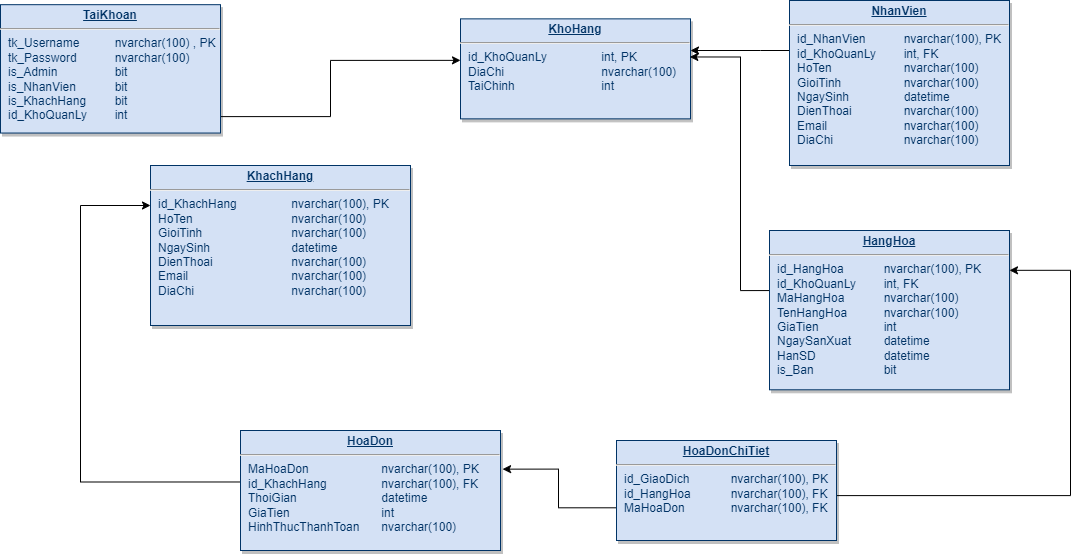
Before: tables.drawio.png, a diagram exported from draw.io (dhuyvp/QuanLyBanHang). Source tidied: cells renumbered, new cells last; positions are measured from the earlier drawing's top-left corner, leaving out a move shared by most shapes.
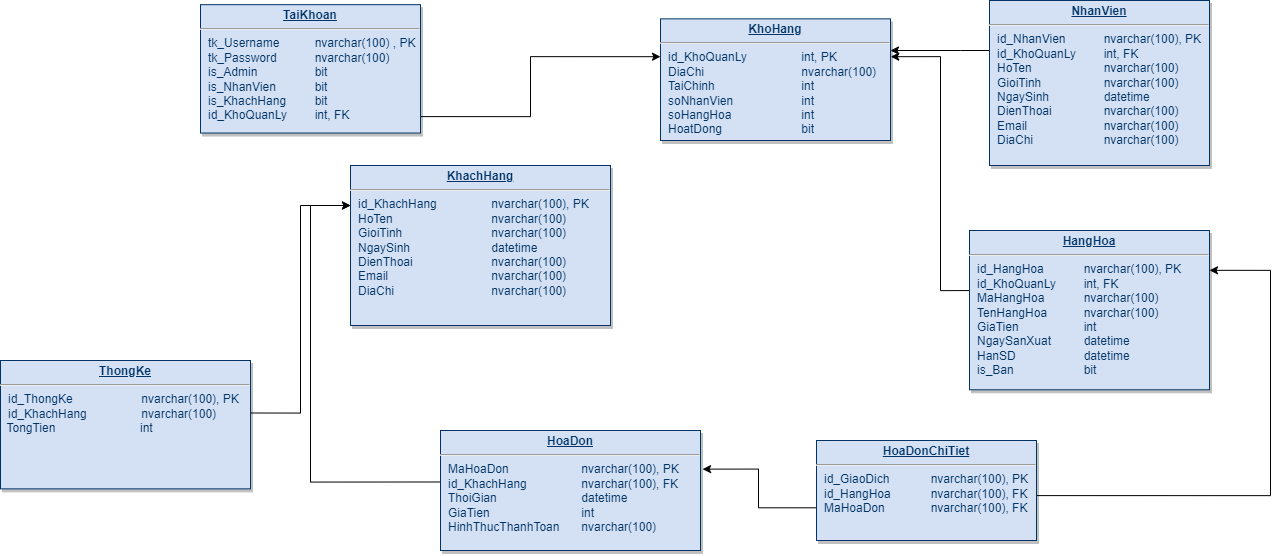
Above is the later version.

Diff of the diagram source:
```diff
@@ -8,8 +8,8 @@
     <mxCell id="3" style="edgeStyle=orthogonalEdgeStyle;rounded=0;jettySize=auto;html=1;entryX=0;entryY=0.25;entryDx=0;entryDy=0;exitX=0.006;exitY=0.429;exitDx=0;exitDy=0;exitPerimeter=0;" parent="1" edge="1" source="6" target="2">
       <mxGeometry relative="1" as="geometry">
         <Array as="points">
-          <mxPoint x="80" y="482" />
-          <mxPoint x="80" y="205" />
+          <mxPoint x="110" y="482" />
+          <mxPoint x="110" y="205" />
         </Array>
       </mxGeometry>
     </mxCell>
@@ -27,25 +27,25 @@
     <mxCell id="6" value="&lt;p style=&quot;margin: 4px 0px 0px; text-align: center;&quot;&gt;&lt;b&gt;&lt;u&gt;HoaDon&lt;/u&gt;&lt;/b&gt;&lt;/p&gt;&lt;hr&gt;&lt;p style=&quot;margin: 0px; margin-left: 8px;&quot;&gt;MaHoaDon &lt;span style=&quot;white-space: pre;&quot;&gt;&#9;&lt;/span&gt;&lt;span style=&quot;white-space: pre;&quot;&gt;&#9;&lt;/span&gt;&lt;span style=&quot;white-space: pre;&quot;&gt;&#9;&lt;/span&gt;nvarchar(100), PK&lt;/p&gt;&lt;p style=&quot;border-color: var(--border-color); margin: 0px 0px 0px 8px;&quot;&gt;id_KhachHang&lt;span style=&quot;border-color: var(--border-color);&quot;&gt;&#9;&lt;/span&gt;&lt;span style=&quot;border-color: var(--border-color);&quot;&gt;&#9;&lt;/span&gt;&amp;nbsp;&lt;span style=&quot;&quot;&gt;&#9;&lt;span style=&quot;white-space: pre;&quot;&gt;&#9;&lt;/span&gt;&lt;span style=&quot;white-space: pre;&quot;&gt;&#9;&lt;/span&gt;&lt;/span&gt;&lt;span style=&quot;border-color: var(--border-color);&quot;&gt;&lt;/span&gt;&lt;span style=&quot;border-color: var(--border-color);&quot;&gt;&lt;/span&gt;nvarchar(100), FK&amp;nbsp;&lt;/p&gt;&lt;p style=&quot;border-color: var(--border-color); margin: 0px 0px 0px 8px;&quot;&gt;&lt;span style=&quot;border-color: var(--border-color);&quot;&gt;&lt;/span&gt;ThoiGian&amp;nbsp;&lt;span style=&quot;border-color: var(--border-color);&quot;&gt;&#9;&lt;/span&gt;&lt;span style=&quot;border-color: var(--border-color);&quot;&gt;&#9;&lt;/span&gt;&lt;span style=&quot;border-color: var(--border-color);&quot;&gt;&#9;&lt;/span&gt;&lt;span style=&quot;border-color: var(--border-color);&quot;&gt;&amp;nbsp;&lt;span style=&quot;&quot;&gt;&#9;&lt;span style=&quot;white-space: pre;&quot;&gt;&#9;&lt;/span&gt;&lt;span style=&quot;white-space: pre;&quot;&gt;&#9;&lt;/span&gt;&lt;span style=&quot;white-space: pre;&quot;&gt;&#9;&lt;/span&gt;&lt;/span&gt;&lt;/span&gt;datetime&amp;nbsp;&lt;/p&gt;&lt;p style=&quot;margin: 0px; margin-left: 8px;&quot;&gt;&lt;span style=&quot;&quot;&gt;&#9;&lt;/span&gt;GiaTien&lt;span style=&quot;&quot;&gt;&#9;&lt;span style=&quot;white-space: pre;&quot;&gt;&#9;&lt;/span&gt;&lt;span style=&quot;white-space: pre;&quot;&gt;&#9;&lt;/span&gt;&lt;span style=&quot;white-space: pre;&quot;&gt;&#9;&lt;/span&gt;&lt;span style=&quot;white-space: pre;&quot;&gt;&#9;&lt;/span&gt;i&lt;/span&gt;nt&amp;nbsp;&lt;/p&gt;&lt;p style=&quot;border-color: var(--border-color); margin: 0px 0px 0px 8px;&quot;&gt;HinhThucThanhToan&amp;nbsp;&#9;&lt;span style=&quot;border-color: var(--border-color);&quot;&gt;&amp;nbsp;&lt;span style=&quot;white-space: pre;&quot;&gt;&#9;&lt;/span&gt;&lt;/span&gt;nvarchar(100)&amp;nbsp;&lt;/p&gt;&lt;div&gt;&lt;br&gt;&lt;/div&gt;" style="verticalAlign=top;align=left;overflow=fill;fontSize=12;fontFamily=Helvetica;html=1;strokeColor=#003366;shadow=1;fillColor=#D4E1F5;fontColor=#003366;" parent="1" vertex="1">
       <mxGeometry x="240" y="430" width="260" height="120" as="geometry" />
     </mxCell>
-    <mxCell id="7" value="&lt;p style=&quot;margin: 4px 0px 0px; text-align: center;&quot;&gt;&lt;b&gt;&lt;u&gt;KhoHang&lt;/u&gt;&lt;/b&gt;&lt;br&gt;&lt;/p&gt;&lt;hr&gt;&lt;p style=&quot;margin: 0px; margin-left: 8px;&quot;&gt;id_KhoQuanLy &lt;span style=&quot;white-space: pre;&quot;&gt;&#9;&lt;/span&gt;&lt;span style=&quot;white-space: pre;&quot;&gt;&#9;&lt;/span&gt;int, PK&lt;/p&gt;&lt;p style=&quot;margin: 0px; margin-left: 8px;&quot;&gt;&#9;DiaChi &lt;span style=&quot;white-space: pre;&quot;&gt;&#9;&lt;/span&gt;&lt;span style=&quot;white-space: pre;&quot;&gt;&#9;&lt;/span&gt;&lt;span style=&quot;white-space: pre;&quot;&gt;&#9;&lt;/span&gt;&lt;span style=&quot;white-space: pre;&quot;&gt;&#9;&lt;/span&gt;nvarchar(100)&amp;nbsp;&lt;/p&gt;&lt;p style=&quot;margin: 0px; margin-left: 8px;&quot;&gt;&lt;span style=&quot;&quot;&gt;&#9;&lt;/span&gt;TaiChinh &lt;span style=&quot;white-space: pre;&quot;&gt;&#9;&lt;/span&gt;&lt;span style=&quot;white-space: pre;&quot;&gt;&#9;&lt;/span&gt;&lt;span style=&quot;white-space: pre;&quot;&gt;&#9;&lt;/span&gt;&lt;span style=&quot;white-space: pre;&quot;&gt;&#9;&lt;/span&gt;int&amp;nbsp;&lt;/p&gt;" style="verticalAlign=top;align=left;overflow=fill;fontSize=12;fontFamily=Helvetica;html=1;strokeColor=#003366;shadow=1;fillColor=#D4E1F5;fontColor=#003366;" parent="1" vertex="1">
-      <mxGeometry x="460" y="18.4" width="230" height="100" as="geometry" />
+    <mxCell id="7" value="&lt;p style=&quot;margin: 4px 0px 0px; text-align: center;&quot;&gt;&lt;b&gt;&lt;u&gt;KhoHang&lt;/u&gt;&lt;/b&gt;&lt;br&gt;&lt;/p&gt;&lt;hr&gt;&lt;p style=&quot;margin: 0px; margin-left: 8px;&quot;&gt;id_KhoQuanLy &lt;span style=&quot;white-space: pre;&quot;&gt;&#9;&lt;/span&gt;&lt;span style=&quot;white-space: pre;&quot;&gt;&#9;&lt;/span&gt;int, PK&lt;/p&gt;&lt;p style=&quot;margin: 0px; margin-left: 8px;&quot;&gt;&#9;DiaChi &lt;span style=&quot;white-space: pre;&quot;&gt;&#9;&lt;/span&gt;&lt;span style=&quot;white-space: pre;&quot;&gt;&#9;&lt;/span&gt;&lt;span style=&quot;white-space: pre;&quot;&gt;&#9;&lt;/span&gt;&lt;span style=&quot;white-space: pre;&quot;&gt;&#9;&lt;/span&gt;nvarchar(100)&amp;nbsp;&lt;/p&gt;&lt;p style=&quot;margin: 0px; margin-left: 8px;&quot;&gt;&lt;span style=&quot;&quot;&gt;&#9;&lt;/span&gt;TaiChinh &lt;span style=&quot;white-space: pre;&quot;&gt;&#9;&lt;/span&gt;&lt;span style=&quot;white-space: pre;&quot;&gt;&#9;&lt;/span&gt;&lt;span style=&quot;white-space: pre;&quot;&gt;&#9;&lt;/span&gt;&lt;span style=&quot;white-space: pre;&quot;&gt;&#9;&lt;/span&gt;int&amp;nbsp;&lt;/p&gt;&lt;p style=&quot;margin: 0px; margin-left: 8px;&quot;&gt;soNhanVien&lt;span style=&quot;white-space: pre;&quot;&gt;&#9;&lt;/span&gt;&lt;span style=&quot;white-space: pre;&quot;&gt;&#9;&lt;/span&gt;&lt;span style=&quot;white-space: pre;&quot;&gt;&#9;&lt;/span&gt;int&lt;/p&gt;&lt;p style=&quot;margin: 0px; margin-left: 8px;&quot;&gt;soHangHoa&amp;nbsp;&lt;span style=&quot;white-space: pre;&quot;&gt;&#9;&lt;/span&gt;&lt;span style=&quot;white-space: pre;&quot;&gt;&#9;&lt;/span&gt;&lt;span style=&quot;white-space: pre;&quot;&gt;&#9;&lt;/span&gt;int&lt;/p&gt;&lt;p style=&quot;margin: 0px; margin-left: 8px;&quot;&gt;HoatDong&lt;span style=&quot;white-space: pre;&quot;&gt;&#9;&lt;/span&gt;&lt;span style=&quot;white-space: pre;&quot;&gt;&#9;&lt;/span&gt;&lt;span style=&quot;white-space: pre;&quot;&gt;&#9;&lt;/span&gt;bit&lt;/p&gt;" style="verticalAlign=top;align=left;overflow=fill;fontSize=12;fontFamily=Helvetica;html=1;strokeColor=#003366;shadow=1;fillColor=#D4E1F5;fontColor=#003366;" parent="1" vertex="1">
+      <mxGeometry x="460" y="18.4" width="230" height="121.6" as="geometry" />
     </mxCell>
-    <mxCell id="8" style="edgeStyle=orthogonalEdgeStyle;rounded=0;jettySize=auto;html=1;entryX=0;entryY=0.415;entryDx=0;entryDy=0;entryPerimeter=0;exitX=1;exitY=0.872;exitDx=0;exitDy=0;exitPerimeter=0;" parent="1" edge="1" source="9" target="7">
+    <mxCell id="8" style="edgeStyle=orthogonalEdgeStyle;rounded=0;jettySize=auto;html=1;entryX=0;entryY=0.311;entryDx=0;entryDy=0;entryPerimeter=0;exitX=1;exitY=0.872;exitDx=0;exitDy=0;exitPerimeter=0;" parent="1" edge="1" source="9" target="7">
       <mxGeometry relative="1" as="geometry">
         <Array as="points">
           <mxPoint x="330" y="116" />
-          <mxPoint x="330" y="60" />
+          <mxPoint x="330" y="56" />
         </Array>
       </mxGeometry>
     </mxCell>
-    <mxCell id="9" value="&lt;p style=&quot;margin: 4px 0px 0px; text-align: center;&quot;&gt;&lt;b&gt;&lt;u&gt;TaiKhoan&lt;/u&gt;&lt;/b&gt;&lt;br&gt;&lt;/p&gt;&lt;hr&gt;&lt;p style=&quot;margin: 0px; margin-left: 8px;&quot;&gt;tk_Username &lt;span style=&quot;white-space: pre;&quot;&gt;&#9;&lt;span style=&quot;white-space: pre;&quot;&gt;&#9;&lt;/span&gt;&lt;/span&gt;nvarchar(100) , PK&lt;/p&gt;&lt;p style=&quot;margin: 0px; margin-left: 8px;&quot;&gt;&#9;tk_Password &lt;span style=&quot;white-space: pre;&quot;&gt;&#9;&lt;/span&gt;&lt;span style=&quot;white-space: pre;&quot;&gt;&#9;&lt;/span&gt;nvarchar(100)&lt;/p&gt;&lt;p style=&quot;margin: 0px; margin-left: 8px;&quot;&gt;&lt;span style=&quot;&quot;&gt;&#9;&lt;/span&gt;is_Admin &lt;span style=&quot;white-space: pre;&quot;&gt;&#9;&lt;/span&gt;&lt;span style=&quot;white-space: pre;&quot;&gt;&#9;&lt;/span&gt;bit&lt;/p&gt;&lt;p style=&quot;margin: 0px; margin-left: 8px;&quot;&gt;&lt;span style=&quot;&quot;&gt;&#9;&lt;/span&gt;is_NhanVien &lt;span style=&quot;white-space: pre;&quot;&gt;&#9;&lt;/span&gt;&lt;span style=&quot;white-space: pre;&quot;&gt;&#9;&lt;/span&gt;bit&lt;/p&gt;&lt;p style=&quot;margin: 0px; margin-left: 8px;&quot;&gt;&lt;span style=&quot;&quot;&gt;&#9;&lt;/span&gt;is_KhachHang&amp;nbsp;&lt;span style=&quot;white-space: pre;&quot;&gt;&#9;&lt;/span&gt;bit&lt;/p&gt;&lt;p style=&quot;margin: 0px; margin-left: 8px;&quot;&gt;id_KhoQuanLy&amp;nbsp;&lt;span style=&quot;white-space: pre;&quot;&gt;&#9;&lt;/span&gt;int&amp;nbsp;&lt;/p&gt;" style="verticalAlign=top;align=left;overflow=fill;fontSize=12;fontFamily=Helvetica;html=1;strokeColor=#003366;shadow=1;fillColor=#D4E1F5;fontColor=#003366;" parent="1" vertex="1">
+    <mxCell id="9" value="&lt;p style=&quot;margin: 4px 0px 0px; text-align: center;&quot;&gt;&lt;b&gt;&lt;u&gt;TaiKhoan&lt;/u&gt;&lt;/b&gt;&lt;br&gt;&lt;/p&gt;&lt;hr&gt;&lt;p style=&quot;margin: 0px; margin-left: 8px;&quot;&gt;tk_Username &lt;span style=&quot;white-space: pre;&quot;&gt;&#9;&lt;span style=&quot;white-space: pre;&quot;&gt;&#9;&lt;/span&gt;&lt;/span&gt;nvarchar(100) , PK&lt;/p&gt;&lt;p style=&quot;margin: 0px; margin-left: 8px;&quot;&gt;&#9;tk_Password &lt;span style=&quot;white-space: pre;&quot;&gt;&#9;&lt;/span&gt;&lt;span style=&quot;white-space: pre;&quot;&gt;&#9;&lt;/span&gt;nvarchar(100)&lt;/p&gt;&lt;p style=&quot;margin: 0px; margin-left: 8px;&quot;&gt;&lt;span style=&quot;&quot;&gt;&#9;&lt;/span&gt;is_Admin &lt;span style=&quot;white-space: pre;&quot;&gt;&#9;&lt;/span&gt;&lt;span style=&quot;white-space: pre;&quot;&gt;&#9;&lt;/span&gt;bit&lt;/p&gt;&lt;p style=&quot;margin: 0px; margin-left: 8px;&quot;&gt;&lt;span style=&quot;&quot;&gt;&#9;&lt;/span&gt;is_NhanVien &lt;span style=&quot;white-space: pre;&quot;&gt;&#9;&lt;/span&gt;&lt;span style=&quot;white-space: pre;&quot;&gt;&#9;&lt;/span&gt;bit&lt;/p&gt;&lt;p style=&quot;margin: 0px; margin-left: 8px;&quot;&gt;&lt;span style=&quot;&quot;&gt;&#9;&lt;/span&gt;is_KhachHang&amp;nbsp;&lt;span style=&quot;white-space: pre;&quot;&gt;&#9;&lt;/span&gt;bit&lt;/p&gt;&lt;p style=&quot;margin: 0px; margin-left: 8px;&quot;&gt;id_KhoQuanLy&amp;nbsp;&lt;span style=&quot;white-space: pre;&quot;&gt;&#9;&lt;/span&gt;int, FK&lt;/p&gt;" style="verticalAlign=top;align=left;overflow=fill;fontSize=12;fontFamily=Helvetica;html=1;strokeColor=#003366;shadow=1;fillColor=#D4E1F5;fontColor=#003366;" parent="1" vertex="1">
       <mxGeometry y="4.2" width="220" height="128.4" as="geometry" />
     </mxCell>
-    <mxCell id="10" style="edgeStyle=orthogonalEdgeStyle;rounded=0;jettySize=auto;html=1;entryX=0.997;entryY=0.381;entryDx=0;entryDy=0;entryPerimeter=0;exitX=0;exitY=0.377;exitDx=0;exitDy=0;exitPerimeter=0;" parent="1" edge="1" source="11" target="7">
+    <mxCell id="10" style="edgeStyle=orthogonalEdgeStyle;rounded=0;jettySize=auto;html=1;entryX=1.001;entryY=0.311;entryDx=0;entryDy=0;entryPerimeter=0;exitX=0;exitY=0.377;exitDx=0;exitDy=0;exitPerimeter=0;" parent="1" edge="1" source="11" target="7">
       <mxGeometry relative="1" as="geometry">
         <Array as="points">
           <mxPoint x="740" y="290" />
-          <mxPoint x="740" y="57" />
+          <mxPoint x="740" y="56" />
         </Array>
       </mxGeometry>
     </mxCell>
@@ -66,5 +66,11 @@
     <mxCell id="14" value="&lt;p style=&quot;margin: 4px 0px 0px; text-align: center;&quot;&gt;&lt;b&gt;&lt;u&gt;HoaDonChiTiet&lt;/u&gt;&lt;/b&gt;&lt;/p&gt;&lt;hr&gt;&lt;p style=&quot;margin: 0px; margin-left: 8px;&quot;&gt;id_GiaoDich&amp;nbsp; &lt;span style=&quot;white-space: pre;&quot;&gt;&#9;&lt;/span&gt;&lt;span style=&quot;white-space: pre;&quot;&gt;&#9;&lt;/span&gt;nvarchar(100), PK&lt;/p&gt;&lt;p style=&quot;margin: 0px; margin-left: 8px;&quot;&gt;&lt;span style=&quot;background-color: initial;&quot;&gt;id_&lt;/span&gt;&lt;span style=&quot;background-color: initial;&quot;&gt;HangHoa &lt;/span&gt;&lt;span style=&quot;background-color: initial; white-space: pre;&quot;&gt;&#9;&lt;/span&gt;&lt;span style=&quot;background-color: initial; white-space: pre;&quot;&gt;&#9;&lt;/span&gt;&lt;span style=&quot;background-color: initial;&quot;&gt;nvarchar(100), FK&amp;nbsp;&lt;/span&gt;&lt;/p&gt;&lt;p style=&quot;margin: 0px; margin-left: 8px;&quot;&gt;&lt;span style=&quot;&quot;&gt;&#9;&lt;/span&gt;MaHoaDon &lt;span style=&quot;white-space: pre;&quot;&gt;&#9;&lt;/span&gt;&lt;span style=&quot;white-space: pre;&quot;&gt;&#9;&lt;/span&gt;nvarchar(100), FK&amp;nbsp;&lt;/p&gt;" style="verticalAlign=top;align=left;overflow=fill;fontSize=12;fontFamily=Helvetica;html=1;strokeColor=#003366;shadow=1;fillColor=#D4E1F5;fontColor=#003366;" parent="1" vertex="1">
       <mxGeometry x="616" y="440" width="220" height="100" as="geometry" />
     </mxCell>
+    <mxCell id="15" style="edgeStyle=orthogonalEdgeStyle;rounded=0;jettySize=auto;html=1;entryX=0;entryY=0.25;entryDx=0;entryDy=0;exitX=1.003;exitY=0.409;exitDx=0;exitDy=0;exitPerimeter=0;" parent="1" edge="1" source="16" target="2">
+      <mxGeometry relative="1" as="geometry" />
+    </mxCell>
+    <mxCell id="16" value="&lt;p style=&quot;margin: 4px 0px 0px; text-align: center;&quot;&gt;&lt;b&gt;&lt;u&gt;ThongKe&lt;/u&gt;&lt;/b&gt;&lt;/p&gt;&lt;hr&gt;&lt;p style=&quot;margin: 0px; margin-left: 8px;&quot;&gt;id_ThongKe&lt;span style=&quot;&quot;&gt;&#9;&lt;span style=&quot;white-space: pre;&quot;&gt;&#9;&lt;/span&gt;&lt;span style=&quot;white-space: pre;&quot;&gt;&#9;&lt;/span&gt;&lt;span style=&quot;white-space: pre;&quot;&gt;&#9;&lt;/span&gt;&lt;/span&gt;nvarchar(100), PK&lt;/p&gt;&lt;p style=&quot;margin: 0px; margin-left: 8px;&quot;&gt;&lt;span style=&quot;background-color: initial;&quot;&gt;id_KhachHang &lt;span style=&quot;white-space: pre;&quot;&gt;&#9;&lt;/span&gt;&lt;span style=&quot;white-space: pre;&quot;&gt;&#9;&lt;/span&gt;nvarchar(100)&lt;/span&gt;&lt;/p&gt;&amp;nbsp; TongTien&lt;span style=&quot;white-space: pre;&quot;&gt;&#9;&lt;/span&gt;&lt;span style=&quot;white-space: pre;&quot;&gt;&#9;&lt;/span&gt;&lt;span style=&quot;white-space: pre;&quot;&gt;&#9;&lt;/span&gt;&amp;nbsp; int" style="verticalAlign=top;align=left;overflow=fill;fontSize=12;fontFamily=Helvetica;html=1;strokeColor=#003366;shadow=1;fillColor=#D4E1F5;fontColor=#003366;" parent="1" vertex="1">
+      <mxGeometry x="-200" y="360" width="250" height="128.4" as="geometry" />
+    </mxCell>
   </root>
 </mxGraphModel>
```
